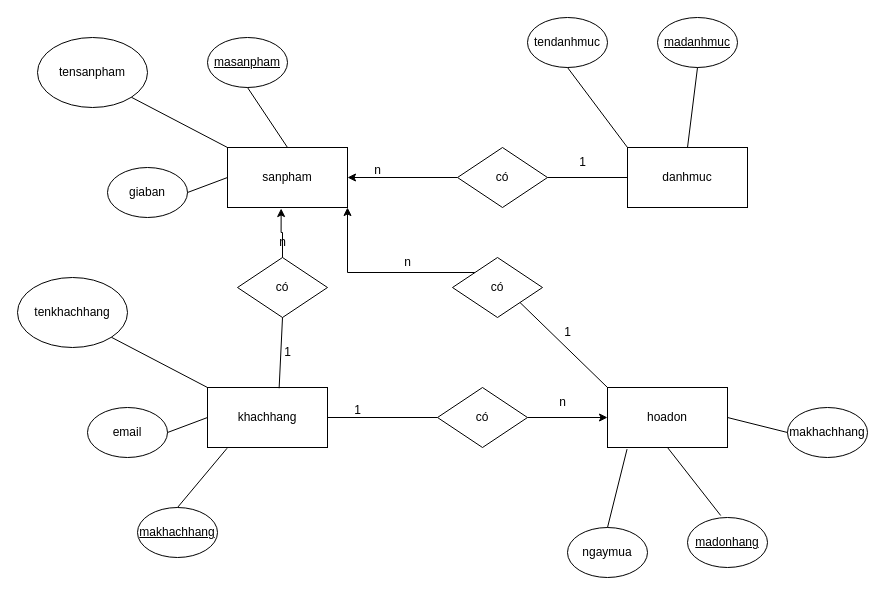
The draw.io diagram ss1/Bt5.drawio in thieu879/CSDL-MySQL-, before the edit. Source tidied: cells renumbered, new cells numbered last; positions are measured from the earlier drawing's top-left corner, leaving out a move shared by most shapes. Both pictures are drawn from the tidied source at 100%, with x=0, y=0 at pixel (17, 17).
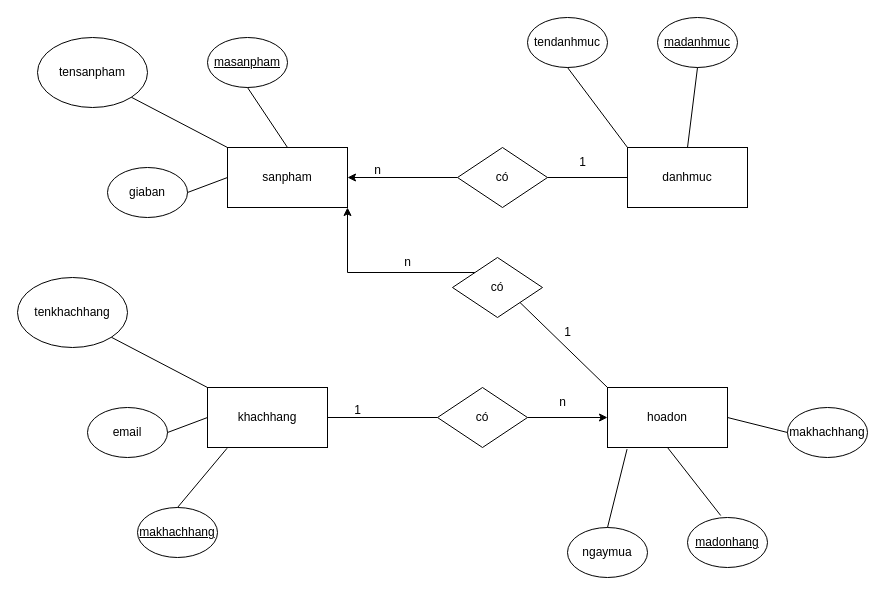
After the change.

The change refers to these unchanged cells:
```xml
<mxCell id="2" value="sanpham" style="rounded=0;whiteSpace=wrap;html=1;" parent="1" vertex="1">
  <mxGeometry x="210" y="130" width="120" height="60" as="geometry" />
</mxCell>
<mxCell id="19" value="khachhang" style="rounded=0;whiteSpace=wrap;html=1;" parent="1" vertex="1">
  <mxGeometry x="190" y="370" width="120" height="60" as="geometry" />
</mxCell>
```

What changed in the source:
```diff
@@
-    <mxCell id="38" value="có" style="rhombus;whiteSpace=wrap;html=1;" parent="1" vertex="1">
-      <mxGeometry x="220" y="240" width="90" height="60" as="geometry" />
-    </mxCell>
-    <mxCell id="39" style="endArrow=none;html=1;rounded=0;exitX=0.597;exitY=0.013;exitDx=0;exitDy=0;entryX=0.5;entryY=1;entryDx=0;entryDy=0;exitPerimeter=0;" parent="1" edge="1" source="19" target="38">
-      <mxGeometry relative="1" as="geometry" />
-    </mxCell>
-    <mxCell id="40" value="1" style="text;html=1;align=center;verticalAlign=middle;strokeColor=none;fillColor=none;" parent="1" vertex="1">
-      <mxGeometry x="255" y="320" width="30" height="30" as="geometry" />
-    </mxCell>
-    <mxCell id="41" value="n" style="text;html=1;align=center;verticalAlign=middle;strokeColor=none;fillColor=none;" parent="1" vertex="1">
-      <mxGeometry x="250" y="210" width="30" height="30" as="geometry" />
-    </mxCell>
@@
-    <mxCell id="47" style="edgeStyle=orthogonalEdgeStyle;rounded=0;jettySize=auto;html=1;exitX=0.5;exitY=0;exitDx=0;exitDy=0;entryX=0.447;entryY=1.017;entryDx=0;entryDy=0;entryPerimeter=0;" parent="1" edge="1" source="38" target="2">
-      <mxGeometry relative="1" as="geometry" />
-    </mxCell>
```
